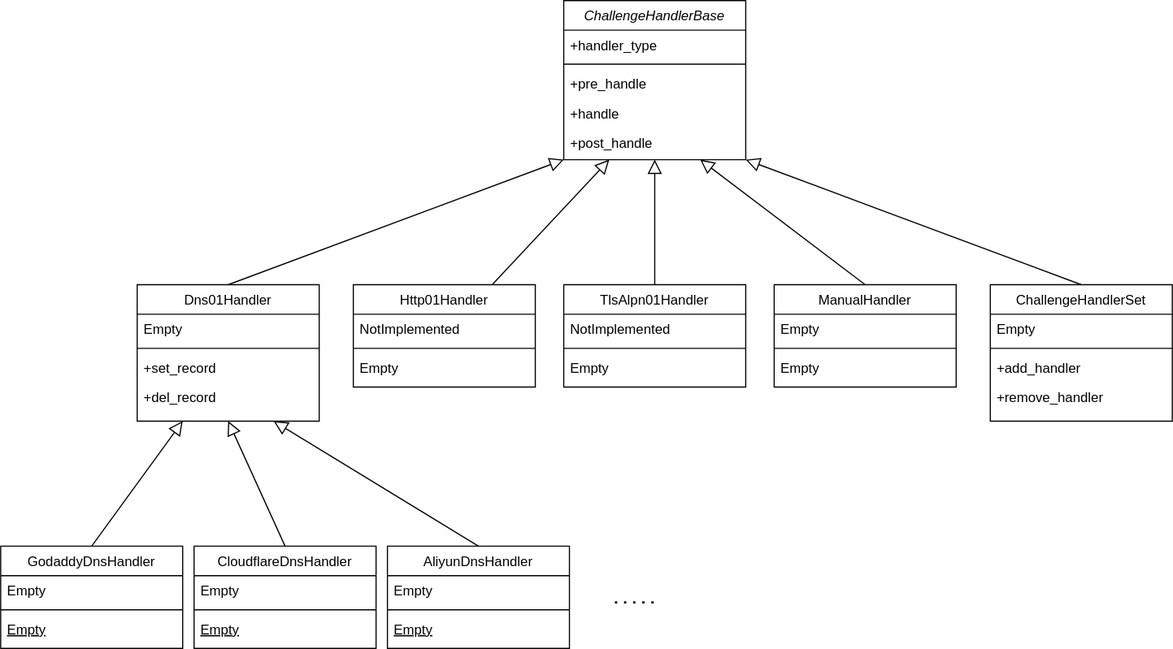
Above: developer/challenge_handlers/ChallengeHandler.drawio.svg in CBPJ/AcmeN (draw.io), before the change. Source tidied: cells renumbered, new cells last; positions are measured from the earlier drawing's top-left corner, leaving out a move shared by most shapes.
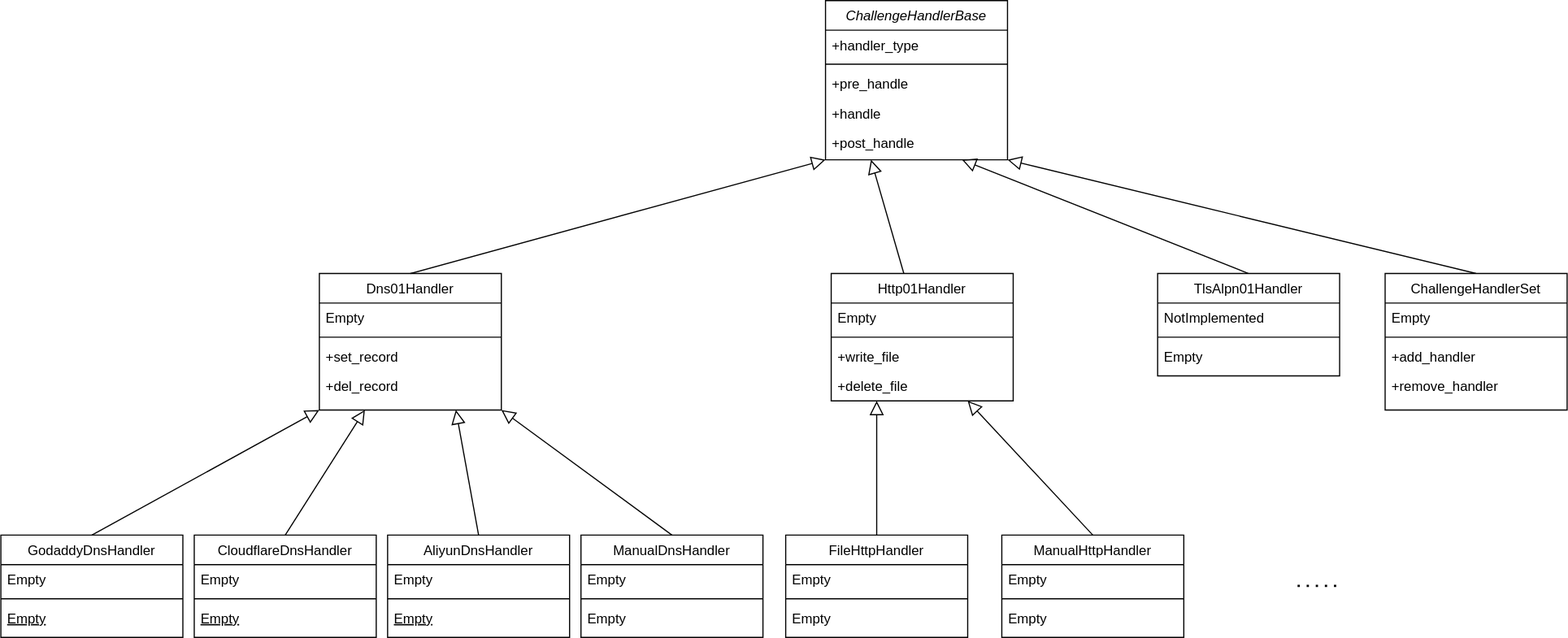
After the change.

What changed in the source:
```diff
@@ -3,7 +3,7 @@
     <mxCell id="0" />
     <mxCell id="1" parent="0" />
     <mxCell id="2" value="ChallengeHandlerBase" style="swimlane;fontStyle=2;align=center;verticalAlign=top;horizontal=1;startSize=26;rounded=0;shadow=0;strokeWidth=1;" parent="1" vertex="1">
-      <mxGeometry x="495" width="160" height="140" as="geometry" />
+      <mxGeometry x="725" width="160" height="140" as="geometry" />
     </mxCell>
     <mxCell id="3" value="+handler_type" style="text;align=left;verticalAlign=top;spacingLeft=4;spacingRight=4;overflow=hidden;" parent="2" vertex="1">
       <mxGeometry y="26" width="160" height="26" as="geometry" />
@@ -21,7 +21,7 @@
       <mxGeometry y="112" width="160" height="26" as="geometry" />
     </mxCell>
     <mxCell id="8" value="Dns01Handler" style="swimlane;fontStyle=0;align=center;verticalAlign=top;horizontal=1;startSize=26;rounded=0;shadow=0;strokeWidth=1;" parent="1" vertex="1">
-      <mxGeometry x="120" y="250" width="160" height="120" as="geometry" />
+      <mxGeometry x="280" y="240" width="160" height="120" as="geometry" />
     </mxCell>
     <mxCell id="9" value="Empty" style="text;align=left;verticalAlign=top;spacingLeft=4;spacingRight=4;overflow=hidden;rounded=0;shadow=0;html=0;" parent="8" vertex="1">
       <mxGeometry y="26" width="160" height="26" as="geometry" />
@@ -39,28 +39,31 @@
       <mxGeometry relative="1" as="geometry" />
     </mxCell>
     <mxCell id="14" value="Http01Handler" style="swimlane;fontStyle=0;align=center;verticalAlign=top;horizontal=1;startSize=26;rounded=0;shadow=0;strokeWidth=1;" parent="1" vertex="1">
-      <mxGeometry x="310" y="250" width="160" height="90" as="geometry" />
+      <mxGeometry x="730" y="240" width="160" height="112" as="geometry" />
     </mxCell>
-    <mxCell id="15" value="NotImplemented" style="text;align=left;verticalAlign=top;spacingLeft=4;spacingRight=4;overflow=hidden;" parent="14" vertex="1">
+    <mxCell id="15" value="Empty" style="text;align=left;verticalAlign=top;spacingLeft=4;spacingRight=4;overflow=hidden;" parent="14" vertex="1">
       <mxGeometry y="26" width="160" height="26" as="geometry" />
     </mxCell>
     <mxCell id="16" style="line;html=1;strokeWidth=1;align=left;verticalAlign=middle;spacingTop=-1;spacingLeft=3;spacingRight=3;labelPosition=right;" parent="14" vertex="1">
       <mxGeometry y="52" width="160" height="8" as="geometry" />
     </mxCell>
-    <mxCell id="17" value="Empty" style="text;strokeColor=none;fillColor=none;align=left;verticalAlign=top;spacingLeft=4;spacingRight=4;overflow=hidden;" parent="14" vertex="1">
+    <mxCell id="17" value="+write_file" style="text;strokeColor=none;fillColor=none;align=left;verticalAlign=top;spacingLeft=4;spacingRight=4;overflow=hidden;" parent="14" vertex="1">
       <mxGeometry y="60" width="160" height="26" as="geometry" />
     </mxCell>
+    <mxCell id="51" value="+delete_file" style="text;strokeColor=none;fillColor=none;align=left;verticalAlign=top;spacingLeft=4;spacingRight=4;overflow=hidden;" parent="14" vertex="1">
+      <mxGeometry y="86" width="160" height="26" as="geometry" />
+    </mxCell>
     <mxCell id="18" style="endArrow=block;endSize=10;endFill=0;shadow=0;strokeWidth=1;rounded=0;elbow=vertical;entryX=0.25;entryY=1;entryDx=0;entryDy=0;" parent="1" edge="1" source="14" target="2">
       <mxGeometry relative="1" as="geometry" />
     </mxCell>
-    <mxCell id="19" style="edgeStyle=none;rounded=0;jettySize=auto;html=1;shadow=0;strokeWidth=1;endFill=0;endArrow=block;endSize=10;entryX=0.5;entryY=1;entryDx=0;entryDy=0;exitX=0.5;exitY=0;exitDx=0;exitDy=0;" parent="1" edge="1" source="46" target="2">
+    <mxCell id="19" style="edgeStyle=none;rounded=0;jettySize=auto;html=1;shadow=0;strokeWidth=1;endFill=0;endArrow=block;endSize=10;entryX=0.75;entryY=1;entryDx=0;entryDy=0;exitX=0.5;exitY=0;exitDx=0;exitDy=0;" parent="1" edge="1" source="46" target="2">
       <mxGeometry relative="1" as="geometry" />
     </mxCell>
-    <mxCell id="20" style="edgeStyle=none;rounded=0;jettySize=auto;html=1;exitX=0.5;exitY=0;exitDx=0;exitDy=0;entryX=0.25;entryY=1;entryDx=0;entryDy=0;shadow=0;strokeWidth=1;endFill=0;endArrow=block;endSize=10;" parent="1" edge="1" source="21" target="8">
+    <mxCell id="20" style="edgeStyle=none;rounded=0;jettySize=auto;html=1;exitX=0.5;exitY=0;exitDx=0;exitDy=0;entryX=0;entryY=1;entryDx=0;entryDy=0;shadow=0;strokeWidth=1;endFill=0;endArrow=block;endSize=10;" parent="1" edge="1" source="21" target="8">
       <mxGeometry relative="1" as="geometry" />
     </mxCell>
     <mxCell id="21" value="GodaddyDnsHandler" style="swimlane;fontStyle=0;align=center;verticalAlign=top;horizontal=1;startSize=26;rounded=0;shadow=0;strokeWidth=1;" parent="1" vertex="1">
-      <mxGeometry y="480" width="160" height="90" as="geometry" />
+      <mxGeometry y="470" width="160" height="90" as="geometry" />
     </mxCell>
     <mxCell id="22" value="Empty" style="text;align=left;verticalAlign=top;spacingLeft=4;spacingRight=4;overflow=hidden;rounded=0;shadow=0;html=0;" parent="21" vertex="1">
       <mxGeometry y="26" width="160" height="26" as="geometry" />
@@ -71,11 +74,11 @@
     <mxCell id="24" value="Empty" style="text;align=left;verticalAlign=top;spacingLeft=4;spacingRight=4;overflow=hidden;fontStyle=4;" parent="21" vertex="1">
       <mxGeometry y="60" width="160" height="26" as="geometry" />
     </mxCell>
-    <mxCell id="25" style="edgeStyle=none;rounded=0;jettySize=auto;html=1;exitX=0.5;exitY=0;exitDx=0;exitDy=0;entryX=0.5;entryY=1;entryDx=0;entryDy=0;shadow=0;strokeWidth=1;endFill=0;endArrow=block;endSize=10;" parent="1" edge="1" source="26" target="8">
+    <mxCell id="25" style="edgeStyle=none;rounded=0;jettySize=auto;html=1;exitX=0.5;exitY=0;exitDx=0;exitDy=0;entryX=0.25;entryY=1;entryDx=0;entryDy=0;shadow=0;strokeWidth=1;endFill=0;endArrow=block;endSize=10;" parent="1" edge="1" source="26" target="8">
       <mxGeometry relative="1" as="geometry" />
     </mxCell>
     <mxCell id="26" value="CloudflareDnsHandler" style="swimlane;fontStyle=0;align=center;verticalAlign=top;horizontal=1;startSize=26;rounded=0;shadow=0;strokeWidth=1;" parent="1" vertex="1">
-      <mxGeometry x="170" y="480" width="160" height="90" as="geometry" />
+      <mxGeometry x="170" y="470" width="160" height="90" as="geometry" />
     </mxCell>
     <mxCell id="27" value="Empty" style="text;align=left;verticalAlign=top;spacingLeft=4;spacingRight=4;overflow=hidden;rounded=0;shadow=0;html=0;" parent="26" vertex="1">
       <mxGeometry y="26" width="160" height="26" as="geometry" />
@@ -90,7 +93,7 @@
       <mxGeometry relative="1" as="geometry" />
     </mxCell>
     <mxCell id="31" value="AliyunDnsHandler" style="swimlane;fontStyle=0;align=center;verticalAlign=top;horizontal=1;startSize=26;rounded=0;shadow=0;strokeWidth=1;" parent="1" vertex="1">
-      <mxGeometry x="340" y="480" width="160" height="90" as="geometry" />
+      <mxGeometry x="340" y="470" width="160" height="90" as="geometry" />
     </mxCell>
     <mxCell id="32" value="Empty" style="text;align=left;verticalAlign=top;spacingLeft=4;spacingRight=4;overflow=hidden;rounded=0;shadow=0;html=0;" parent="31" vertex="1">
       <mxGeometry y="26" width="160" height="26" as="geometry" />
@@ -101,11 +104,11 @@
     <mxCell id="34" value="Empty" style="text;align=left;verticalAlign=top;spacingLeft=4;spacingRight=4;overflow=hidden;fontStyle=4;" parent="31" vertex="1">
       <mxGeometry y="60" width="160" height="26" as="geometry" />
     </mxCell>
-    <mxCell id="35" style="rounded=0;jettySize=auto;html=1;exitX=0.5;exitY=0;exitDx=0;exitDy=0;shadow=0;strokeWidth=1;endFill=0;endArrow=block;endSize=10;entryX=0.75;entryY=1;entryDx=0;entryDy=0;" parent="1" edge="1" source="36" target="2">
+    <mxCell id="35" style="rounded=0;jettySize=auto;html=1;exitX=0.5;exitY=0;exitDx=0;exitDy=0;shadow=0;strokeWidth=1;endFill=0;endArrow=block;endSize=10;entryX=1;entryY=1;entryDx=0;entryDy=0;" parent="1" edge="1" source="36" target="8">
       <mxGeometry relative="1" as="geometry" />
     </mxCell>
-    <mxCell id="36" value="ManualHandler" style="swimlane;fontStyle=0;align=center;verticalAlign=top;horizontal=1;startSize=26;rounded=0;shadow=0;strokeWidth=1;" parent="1" vertex="1">
-      <mxGeometry x="680" y="250" width="160" height="90" as="geometry" />
+    <mxCell id="36" value="ManualDnsHandler" style="swimlane;fontStyle=0;align=center;verticalAlign=top;horizontal=1;startSize=26;rounded=0;shadow=0;strokeWidth=1;" parent="1" vertex="1">
+      <mxGeometry x="510" y="470" width="160" height="90" as="geometry" />
     </mxCell>
     <mxCell id="37" value="Empty" style="text;align=left;verticalAlign=top;spacingLeft=4;spacingRight=4;overflow=hidden;" parent="36" vertex="1">
       <mxGeometry y="26" width="160" height="26" as="geometry" />
@@ -120,7 +123,7 @@
       <mxGeometry relative="1" as="geometry" />
     </mxCell>
     <mxCell id="41" value="ChallengeHandlerSet" style="swimlane;fontStyle=0;align=center;verticalAlign=top;horizontal=1;startSize=26;rounded=0;shadow=0;strokeWidth=1;" parent="1" vertex="1">
-      <mxGeometry x="870" y="250" width="160" height="120" as="geometry" />
+      <mxGeometry x="1217" y="240" width="160" height="120" as="geometry" />
     </mxCell>
     <mxCell id="42" value="Empty" style="text;align=left;verticalAlign=top;spacingLeft=4;spacingRight=4;overflow=hidden;" parent="41" vertex="1">
       <mxGeometry y="26" width="160" height="26" as="geometry" />
@@ -135,7 +138,7 @@
       <mxGeometry y="86" width="160" height="26" as="geometry" />
     </mxCell>
     <mxCell id="46" value="TlsAlpn01Handler" style="swimlane;fontStyle=0;align=center;verticalAlign=top;horizontal=1;startSize=26;rounded=0;shadow=0;strokeWidth=1;" parent="1" vertex="1">
-      <mxGeometry x="495" y="250" width="160" height="90" as="geometry" />
+      <mxGeometry x="1017" y="240" width="160" height="90" as="geometry" />
     </mxCell>
     <mxCell id="47" value="NotImplemented" style="text;align=left;verticalAlign=top;spacingLeft=4;spacingRight=4;overflow=hidden;" parent="46" vertex="1">
       <mxGeometry y="26" width="160" height="26" as="geometry" />
@@ -148,9 +151,39 @@
     </mxCell>
     <mxCell id="50" style="endArrow=none;dashed=1;html=1;dashPattern=1 3;strokeWidth=2;rounded=0;" parent="1" edge="1">
       <mxGeometry relative="1" as="geometry">
-        <mxPoint x="540" y="529.5" as="sourcePoint" />
-        <mxPoint x="580" y="529.5" as="targetPoint" />
+        <mxPoint x="1140" y="514.7" as="sourcePoint" />
+        <mxPoint x="1180" y="514.7" as="targetPoint" />
       </mxGeometry>
     </mxCell>
+    <mxCell id="52" style="rounded=0;jettySize=auto;html=1;exitX=0.5;exitY=0;exitDx=0;exitDy=0;endArrow=block;shadow=0;strokeWidth=1;endFill=0;endSize=10;entryX=0.25;entryY=1;entryDx=0;entryDy=0;" parent="1" edge="1" source="53" target="14">
+      <mxGeometry relative="1" as="geometry" />
+    </mxCell>
+    <mxCell id="53" value="FileHttpHandler" style="swimlane;fontStyle=0;align=center;verticalAlign=top;horizontal=1;startSize=26;rounded=0;shadow=0;strokeWidth=1;" parent="1" vertex="1">
+      <mxGeometry x="690" y="470" width="160" height="90" as="geometry" />
+    </mxCell>
+    <mxCell id="54" value="Empty" style="text;align=left;verticalAlign=top;spacingLeft=4;spacingRight=4;overflow=hidden;" parent="53" vertex="1">
+      <mxGeometry y="26" width="160" height="26" as="geometry" />
+    </mxCell>
+    <mxCell id="55" style="line;html=1;strokeWidth=1;align=left;verticalAlign=middle;spacingTop=-1;spacingLeft=3;spacingRight=3;labelPosition=right;" parent="53" vertex="1">
+      <mxGeometry y="52" width="160" height="8" as="geometry" />
+    </mxCell>
+    <mxCell id="56" value="Empty" style="text;strokeColor=none;fillColor=none;align=left;verticalAlign=top;spacingLeft=4;spacingRight=4;overflow=hidden;" parent="53" vertex="1">
+      <mxGeometry y="60" width="160" height="26" as="geometry" />
+    </mxCell>
+    <mxCell id="57" style="edgeStyle=none;rounded=0;jettySize=auto;html=1;exitX=0.5;exitY=0;exitDx=0;exitDy=0;entryX=0.75;entryY=1;entryDx=0;entryDy=0;endArrow=block;shadow=0;strokeWidth=1;endFill=0;endSize=10;" parent="1" edge="1" source="58" target="14">
+      <mxGeometry relative="1" as="geometry" />
+    </mxCell>
+    <mxCell id="58" value="ManualHttpHandler" style="swimlane;fontStyle=0;align=center;verticalAlign=top;horizontal=1;startSize=26;rounded=0;shadow=0;strokeWidth=1;" parent="1" vertex="1">
+      <mxGeometry x="880" y="470" width="160" height="90" as="geometry" />
+    </mxCell>
+    <mxCell id="59" value="Empty" style="text;align=left;verticalAlign=top;spacingLeft=4;spacingRight=4;overflow=hidden;" parent="58" vertex="1">
+      <mxGeometry y="26" width="160" height="26" as="geometry" />
+    </mxCell>
+    <mxCell id="60" style="line;html=1;strokeWidth=1;align=left;verticalAlign=middle;spacingTop=-1;spacingLeft=3;spacingRight=3;labelPosition=right;" parent="58" vertex="1">
+      <mxGeometry y="52" width="160" height="8" as="geometry" />
+    </mxCell>
+    <mxCell id="61" value="Empty" style="text;strokeColor=none;fillColor=none;align=left;verticalAlign=top;spacingLeft=4;spacingRight=4;overflow=hidden;" parent="58" vertex="1">
+      <mxGeometry y="60" width="160" height="26" as="geometry" />
+    </mxCell>
   </root>
 </mxGraphModel>
```
